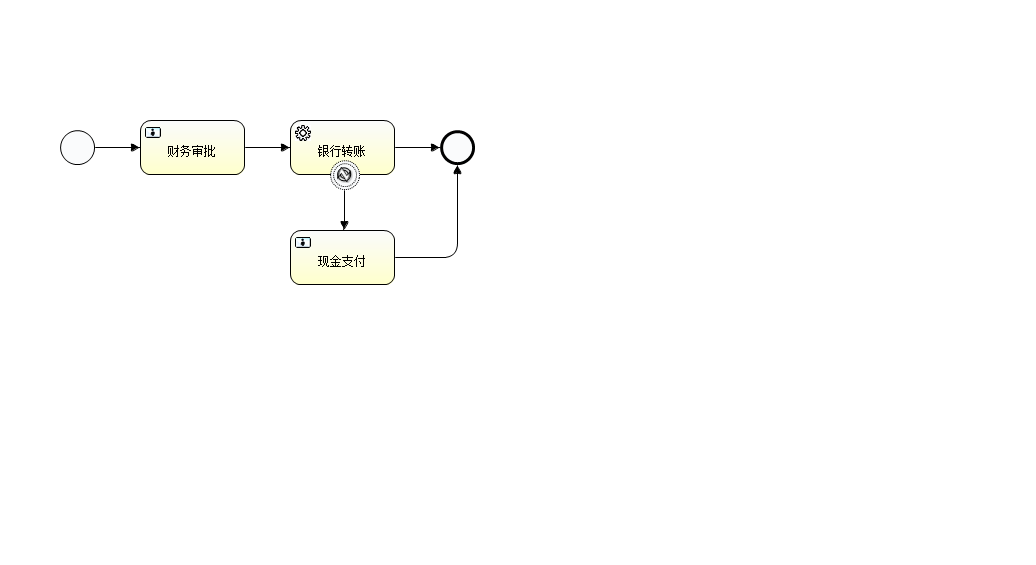
Earlier version of the BPMN export build/classes/bpmn/ExpenseAccount.png (zhaoml529/SpringMVC-Activiti5.16-Shiro). Its source is kept beside it as build/classes/bpmn/ExpenseAccount.bpmn. Ids are renumbered.
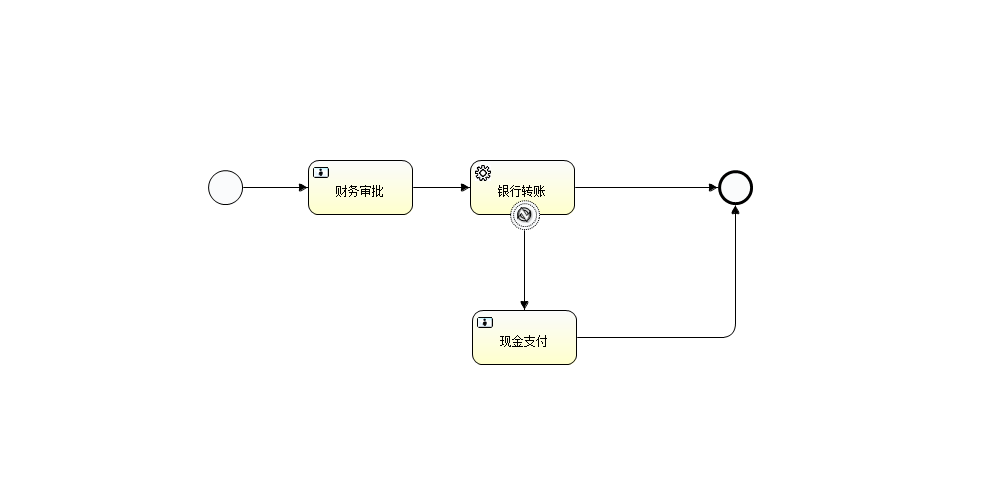
After the change.

Diff of the diagram source:
```diff
@@ -2,9 +2,9 @@
   <process id="com.zml.oa.expense" name="报销流程" isExecutable="true">
     <documentation>报销流程演示</documentation>
     <startEvent id="startevent1" name="Start" activiti:initiator="applyUserId"></startEvent>
-    <userTask id="financeAudit" name="财务审批" activiti:candidateGroups="${auditGroup}">
+    <userTask id="financeAudit" name="财务审批">
       <extensionElements>
-        <activiti:taskListener event="create" class="com.zml.oa.ProcessTask.TaskListener.UserTaskLintener"></activiti:taskListener>
+        <activiti:taskListener event="create" delegateExpression="${userTaskListener}"></activiti:taskListener>
       </extensionElements>
     </userTask>
     <sequenceFlow id="flow1" sourceRef="startevent1" targetRef="financeAudit"></sequenceFlow>
@@ -13,53 +13,52 @@
     <boundaryEvent id="boundaryerror1" name="Error" attachedToRef="servicetask1">
       <errorEventDefinition></errorEventDefinition>
     </boundaryEvent>
-    <userTask id="usertask1" name="现金支付" activiti:candidateGroups="${auditGroup}"></userTask>
-    <sequenceFlow id="flow3" sourceRef="boundaryerror1" targetRef="usertask1"></sequenceFlow>
+    <userTask id="payForMoney" name="现金支付"></userTask>
+    <sequenceFlow id="flow3" sourceRef="boundaryerror1" targetRef="payForMoney"></sequenceFlow>
     <endEvent id="endevent1" name="End"></endEvent>
     <sequenceFlow id="flow4" sourceRef="servicetask1" targetRef="endevent1"></sequenceFlow>
-    <sequenceFlow id="flow5" sourceRef="usertask1" targetRef="endevent1"></sequenceFlow>
+    <sequenceFlow id="flow5" sourceRef="payForMoney" targetRef="endevent1"></sequenceFlow>
   </process>
   <bpmndi:BPMNDiagram id="BPMNDiagram_com.zml.oa.expense">
     <bpmndi:BPMNPlane bpmnElement="com.zml.oa.expense" id="BPMNPlane_com.zml.oa.expense">
       <bpmndi:BPMNShape bpmnElement="startevent1" id="BPMNShape_startevent1">
-        <omgdc:Bounds height="35.0" width="35.0" x="60.0" y="130.0"></omgdc:Bounds>
+        <omgdc:Bounds height="35.0" width="35.0" x="208.0" y="170.0"></omgdc:Bounds>
       </bpmndi:BPMNShape>
       <bpmndi:BPMNShape bpmnElement="financeAudit" id="BPMNShape_financeAudit">
-        <omgdc:Bounds height="55.0" width="105.0" x="140.0" y="120.0"></omgdc:Bounds>
+        <omgdc:Bounds height="55.0" width="105.0" x="308.0" y="160.0"></omgdc:Bounds>
       </bpmndi:BPMNShape>
       <bpmndi:BPMNShape bpmnElement="servicetask1" id="BPMNShape_servicetask1">
-        <omgdc:Bounds height="55.0" width="105.0" x="290.0" y="120.0"></omgdc:Bounds>
+        <omgdc:Bounds height="55.0" width="105.0" x="470.0" y="160.0"></omgdc:Bounds>
       </bpmndi:BPMNShape>
       <bpmndi:BPMNShape bpmnElement="boundaryerror1" id="BPMNShape_boundaryerror1">
-        <omgdc:Bounds height="30.0" width="30.0" x="330.0" y="160.0"></omgdc:Bounds>
+        <omgdc:Bounds height="30.0" width="30.0" x="510.0" y="200.0"></omgdc:Bounds>
       </bpmndi:BPMNShape>
-      <bpmndi:BPMNShape bpmnElement="usertask1" id="BPMNShape_usertask1">
-        <omgdc:Bounds height="55.0" width="105.0" x="290.0" y="230.0"></omgdc:Bounds>
+      <bpmndi:BPMNShape bpmnElement="payForMoney" id="BPMNShape_payForMoney">
+        <omgdc:Bounds height="55.0" width="105.0" x="472.0" y="310.0"></omgdc:Bounds>
       </bpmndi:BPMNShape>
       <bpmndi:BPMNShape bpmnElement="endevent1" id="BPMNShape_endevent1">
-        <omgdc:Bounds height="35.0" width="35.0" x="440.0" y="130.0"></omgdc:Bounds>
+        <omgdc:Bounds height="35.0" width="35.0" x="718.0" y="170.0"></omgdc:Bounds>
       </bpmndi:BPMNShape>
       <bpmndi:BPMNEdge bpmnElement="flow1" id="BPMNEdge_flow1">
-        <omgdi:waypoint x="95.0" y="147.0"></omgdi:waypoint>
-        <omgdi:waypoint x="140.0" y="147.0"></omgdi:waypoint>
+        <omgdi:waypoint x="243.0" y="187.0"></omgdi:waypoint>
+        <omgdi:waypoint x="308.0" y="187.0"></omgdi:waypoint>
       </bpmndi:BPMNEdge>
       <bpmndi:BPMNEdge bpmnElement="flow2" id="BPMNEdge_flow2">
-        <omgdi:waypoint x="245.0" y="147.0"></omgdi:waypoint>
-        <omgdi:waypoint x="290.0" y="147.0"></omgdi:waypoint>
+        <omgdi:waypoint x="413.0" y="187.0"></omgdi:waypoint>
+        <omgdi:waypoint x="470.0" y="187.0"></omgdi:waypoint>
       </bpmndi:BPMNEdge>
       <bpmndi:BPMNEdge bpmnElement="flow3" id="BPMNEdge_flow3">
-        <omgdi:waypoint x="345.0" y="190.0"></omgdi:waypoint>
-        <omgdi:waypoint x="344.0" y="211.0"></omgdi:waypoint>
-        <omgdi:waypoint x="342.0" y="230.0"></omgdi:waypoint>
+        <omgdi:waypoint x="525.0" y="230.0"></omgdi:waypoint>
+        <omgdi:waypoint x="524.0" y="310.0"></omgdi:waypoint>
       </bpmndi:BPMNEdge>
       <bpmndi:BPMNEdge bpmnElement="flow4" id="BPMNEdge_flow4">
-        <omgdi:waypoint x="395.0" y="147.0"></omgdi:waypoint>
-        <omgdi:waypoint x="440.0" y="147.0"></omgdi:waypoint>
+        <omgdi:waypoint x="575.0" y="187.0"></omgdi:waypoint>
+        <omgdi:waypoint x="718.0" y="187.0"></omgdi:waypoint>
       </bpmndi:BPMNEdge>
       <bpmndi:BPMNEdge bpmnElement="flow5" id="BPMNEdge_flow5">
-        <omgdi:waypoint x="395.0" y="257.0"></omgdi:waypoint>
-        <omgdi:waypoint x="457.0" y="257.0"></omgdi:waypoint>
-        <omgdi:waypoint x="457.0" y="165.0"></omgdi:waypoint>
+        <omgdi:waypoint x="577.0" y="337.0"></omgdi:waypoint>
+        <omgdi:waypoint x="735.0" y="337.0"></omgdi:waypoint>
+        <omgdi:waypoint x="735.0" y="205.0"></omgdi:waypoint>
       </bpmndi:BPMNEdge>
     </bpmndi:BPMNPlane>
   </bpmndi:BPMNDiagram>
```
